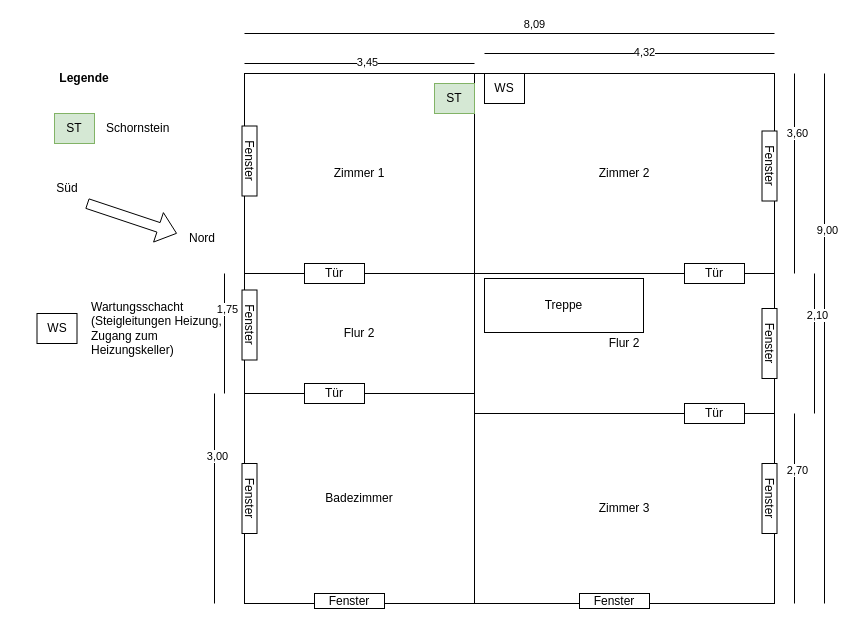
Before: Unbenanntes Diagramm.drawio in eddi0815/socket2, a draw.io diagram. Source tidied: cells renumbered, new cells numbered last; positions are measured from the earlier drawing's top-left corner, leaving out a move shared by most shapes. Both pictures are drawn from the tidied source at 100%, with x=0, y=0 at pixel (36, 33).
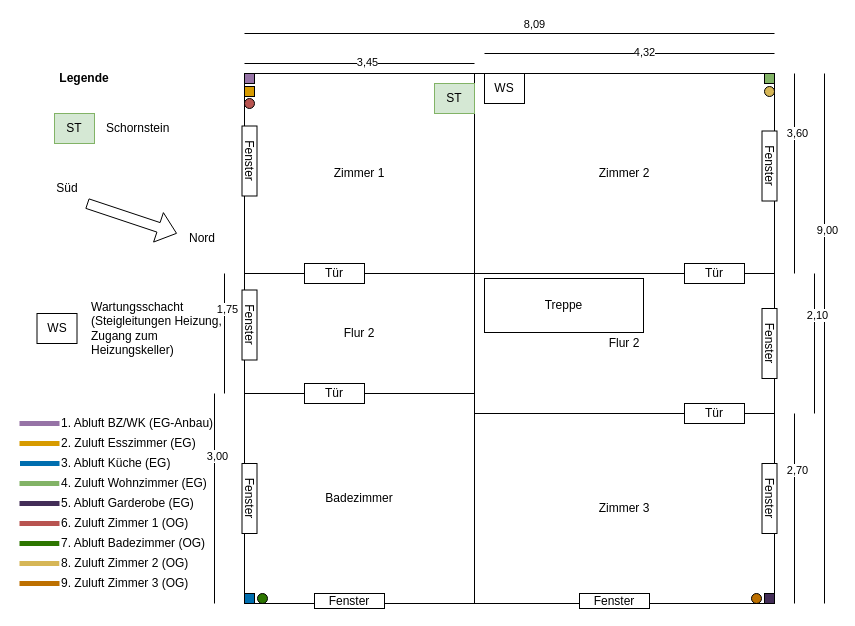
After the change.

The edit, as a diff of the source:
```diff
@@
+    <mxCell id="51" style="endArrow=none;html=1;rounded=0;strokeWidth=5;fillColor=#e1d5e7;strokeColor=#9673a6;exitX=0;exitY=0.5;exitDx=0;exitDy=0;" parent="1" edge="1" source="52">
+      <mxGeometry relative="1" as="geometry">
+        <mxPoint x="-17" y="390" as="targetPoint" />
+      </mxGeometry>
+    </mxCell>
+    <mxCell id="52" value="1. Abluft BZ/WK (EG-Anbau)" style="text;html=1;align=left;verticalAlign=middle;whiteSpace=wrap;rounded=0;" parent="1" vertex="1">
+      <mxGeometry x="23" y="380" width="170" height="20" as="geometry" />
+    </mxCell>
+    <mxCell id="53" style="endArrow=none;html=1;rounded=0;strokeWidth=5;fillColor=#ffe6cc;strokeColor=#d79b00;exitX=0;exitY=0.5;exitDx=0;exitDy=0;" parent="1" edge="1" source="54">
+      <mxGeometry relative="1" as="geometry">
+        <mxPoint x="-17" y="410" as="targetPoint" />
+      </mxGeometry>
+    </mxCell>
+    <mxCell id="54" value="2. Zuluft Esszimmer (EG)" style="text;html=1;align=left;verticalAlign=middle;whiteSpace=wrap;rounded=0;" parent="1" vertex="1">
+      <mxGeometry x="23" y="400" width="190" height="20" as="geometry" />
+    </mxCell>
+    <mxCell id="55" style="endArrow=none;html=1;rounded=0;strokeWidth=5;fillColor=#f8cecc;strokeColor=#b85450;exitX=0;exitY=0.5;exitDx=0;exitDy=0;" parent="1" edge="1" source="56">
+      <mxGeometry relative="1" as="geometry">
+        <mxPoint x="-17" y="490" as="targetPoint" />
+      </mxGeometry>
+    </mxCell>
+    <mxCell id="56" value="6. Zuluft Zimmer 1 (OG)" style="text;html=1;align=left;verticalAlign=middle;whiteSpace=wrap;rounded=0;" parent="1" vertex="1">
+      <mxGeometry x="23" y="480" width="190" height="20" as="geometry" />
+    </mxCell>
+    <mxCell id="57" style="endArrow=none;html=1;rounded=0;strokeWidth=5;fillColor=#1ba1e2;strokeColor=#006EAF;exitX=0;exitY=0.5;exitDx=0;exitDy=0;" parent="1" edge="1" source="58">
+      <mxGeometry relative="1" as="geometry">
+        <mxPoint x="-16.5" y="430" as="targetPoint" />
+      </mxGeometry>
+    </mxCell>
+    <mxCell id="58" value="3. Abluft Küche (EG)" style="text;html=1;align=left;verticalAlign=middle;whiteSpace=wrap;rounded=0;" parent="1" vertex="1">
+      <mxGeometry x="23" y="420" width="190" height="20" as="geometry" />
+    </mxCell>
+    <mxCell id="59" style="endArrow=none;html=1;rounded=0;strokeWidth=5;fillColor=#60a917;strokeColor=#2D7600;exitX=0;exitY=0.5;exitDx=0;exitDy=0;" parent="1" edge="1" source="60">
+      <mxGeometry relative="1" as="geometry">
+        <mxPoint x="-17" y="510" as="targetPoint" />
+      </mxGeometry>
+    </mxCell>
+    <mxCell id="60" value="7. Abluft Badezimmer (OG)" style="text;html=1;align=left;verticalAlign=middle;whiteSpace=wrap;rounded=0;" parent="1" vertex="1">
+      <mxGeometry x="22.8" y="500" width="190" height="20" as="geometry" />
+    </mxCell>
+    <mxCell id="61" style="endArrow=none;html=1;rounded=0;strokeWidth=5;fillColor=#d5e8d4;strokeColor=#82b366;exitX=0;exitY=0.5;exitDx=0;exitDy=0;" parent="1" edge="1" source="62">
+      <mxGeometry relative="1" as="geometry">
+        <mxPoint x="-17" y="450" as="targetPoint" />
+      </mxGeometry>
+    </mxCell>
+    <mxCell id="62" value="4. Zuluft Wohnzimmer (EG)" style="text;html=1;align=left;verticalAlign=middle;whiteSpace=wrap;rounded=0;" parent="1" vertex="1">
+      <mxGeometry x="22.8" y="440" width="190" height="20" as="geometry" />
+    </mxCell>
+    <mxCell id="63" style="endArrow=none;html=1;rounded=0;strokeWidth=5;fillColor=#fff2cc;strokeColor=#d6b656;exitX=0;exitY=0.5;exitDx=0;exitDy=0;" parent="1" edge="1" source="64">
+      <mxGeometry relative="1" as="geometry">
+        <mxPoint x="-17" y="530" as="targetPoint" />
+      </mxGeometry>
+    </mxCell>
+    <mxCell id="64" value="8. Zuluft Zimmer 2 (OG)" style="text;html=1;align=left;verticalAlign=middle;whiteSpace=wrap;rounded=0;" parent="1" vertex="1">
+      <mxGeometry x="22.8" y="520" width="190" height="20" as="geometry" />
+    </mxCell>
+    <mxCell id="65" style="endArrow=none;html=1;rounded=0;strokeWidth=5;fillColor=#76608a;strokeColor=#432D57;exitX=0;exitY=0.5;exitDx=0;exitDy=0;" parent="1" edge="1" source="66">
+      <mxGeometry relative="1" as="geometry">
+        <mxPoint x="-17" y="470" as="targetPoint" />
+      </mxGeometry>
+    </mxCell>
+    <mxCell id="66" value="5. Abluft Garderobe (EG)" style="text;html=1;align=left;verticalAlign=middle;whiteSpace=wrap;rounded=0;" parent="1" vertex="1">
+      <mxGeometry x="23" y="460" width="190" height="20" as="geometry" />
+    </mxCell>
+    <mxCell id="67" style="endArrow=none;html=1;rounded=0;strokeWidth=5;fillColor=#f0a30a;strokeColor=#BD7000;entryX=0;entryY=0.5;entryDx=0;entryDy=0;" parent="1" edge="1" target="68">
+      <mxGeometry relative="1" as="geometry">
+        <mxPoint x="-17" y="550" as="sourcePoint" />
+      </mxGeometry>
+    </mxCell>
+    <mxCell id="68" value="9. Zuluft Zimmer 3 (OG)" style="text;html=1;align=left;verticalAlign=middle;whiteSpace=wrap;rounded=0;" parent="1" vertex="1">
+      <mxGeometry x="23" y="540" width="190" height="20" as="geometry" />
+    </mxCell>
+    <mxCell id="69" style="ellipse;whiteSpace=wrap;html=1;fillColor=#BD7000;" parent="1" vertex="1">
+      <mxGeometry x="715" y="560" width="10" height="10" as="geometry" />
+    </mxCell>
+    <mxCell id="70" style="whiteSpace=wrap;html=1;fillColor=#432D57;" parent="1" vertex="1">
+      <mxGeometry x="728" y="560" width="10" height="10" as="geometry" />
+    </mxCell>
+    <mxCell id="71" style="ellipse;whiteSpace=wrap;html=1;fillColor=#D6B656;" parent="1" vertex="1">
+      <mxGeometry x="728" y="53" width="10" height="10" as="geometry" />
+    </mxCell>
+    <mxCell id="72" style="whiteSpace=wrap;html=1;fillColor=#82B366;" parent="1" vertex="1">
+      <mxGeometry x="728" y="40" width="10" height="10" as="geometry" />
+    </mxCell>
+    <mxCell id="73" style="ellipse;whiteSpace=wrap;html=1;fillColor=#2D7600;" parent="1" vertex="1">
+      <mxGeometry x="221" y="560" width="10" height="10" as="geometry" />
+    </mxCell>
+    <mxCell id="74" style="whiteSpace=wrap;html=1;fillColor=#006EAF;" parent="1" vertex="1">
+      <mxGeometry x="208" y="560" width="10" height="10" as="geometry" />
+    </mxCell>
+    <mxCell id="75" style="ellipse;whiteSpace=wrap;html=1;fillColor=#B85450;" parent="1" vertex="1">
+      <mxGeometry x="208" y="65" width="10" height="10" as="geometry" />
+    </mxCell>
+    <mxCell id="76" style="whiteSpace=wrap;html=1;fillColor=#D79B00;" parent="1" vertex="1">
+      <mxGeometry x="208" y="53" width="10" height="10" as="geometry" />
+    </mxCell>
+    <mxCell id="77" style="whiteSpace=wrap;html=1;fillColor=#9673A6;" parent="1" vertex="1">
+      <mxGeometry x="208" y="40" width="10" height="10" as="geometry" />
+    </mxCell>
```
